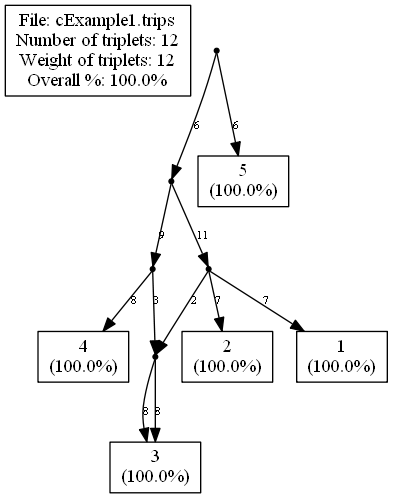
This is ParsingTxt/cExample1.png from iharnoor/PhylogeneticsWebsite, a Graphviz export, as it was before one commit. Its source is kept beside it as ParsingTxt/cExample1.dot. The source it was exported from:
```dot
strict digraph G1 {
edge [fontsize=8]
labelbox [shape=box, width=0.4, label="File: cExample1.trips\nNumber of triplets: 12\nWeight of triplets: 12\nOverall %: 100.0%"];
1000 [shape=point];
1001 [shape=point];
1002 [shape=point];
1003 [shape=point];
3 [shape=box, width=0.3, label="3\n(100.0%)"];
4 [shape=box, width=0.3, label="4\n(100.0%)"];
1006 [shape=point];
1007 [shape=point];
1 [shape=box, width=0.3, label="1\n(100.0%)"];
2 [shape=box, width=0.3, label="2\n(100.0%)"];
5 [shape=box, width=0.3, label="5\n(100.0%)"];
1000 -> 1001
1000 -> 5
1001 -> 1002
1001 -> 1006
1002 -> 1003
1002 -> 4
1003 -> 3
1006 -> 1007
1006 -> 1003
1007 -> 1
1007 -> 2
1003 -> 3
}
```
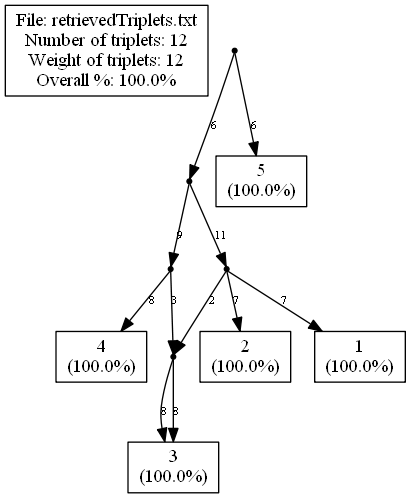
After the commit.

Diff of the diagram source:
```diff
@@ -1,6 +1,6 @@
 strict digraph G1 {
 edge [fontsize=8]
-labelbox [shape=box, width=0.4, label="File: cExample1.trips\nNumber of triplets: 12\nWeight of triplets: 12\nOverall %: 100.0%"];
+labelbox [shape=box, width=0.4, label="File: retrievedTriplets.txt\nNumber of triplets: 12\nWeight of triplets: 12\nOverall %: 100.0%"];
 1000 [shape=point];
 1001 [shape=point];
 1002 [shape=point];
@@ -8,20 +8,18 @@
 3 [shape=box, width=0.3, label="3\n(100.0%)"];
 4 [shape=box, width=0.3, label="4\n(100.0%)"];
 1006 [shape=point];
-1007 [shape=point];
 1 [shape=box, width=0.3, label="1\n(100.0%)"];
 2 [shape=box, width=0.3, label="2\n(100.0%)"];
 5 [shape=box, width=0.3, label="5\n(100.0%)"];
-1000 -> 1001
-1000 -> 5
-1001 -> 1002
-1001 -> 1006
-1002 -> 1003
-1002 -> 4
-1003 -> 3
-1006 -> 1007
-1006 -> 1003
-1007 -> 1
-1007 -> 2
-1003 -> 3
+1000 -> 1001 [label="6"]
+1000 -> 5 [label="6"]
+1001 -> 1002 [label="9"]
+1001 -> 1006 [label="11"]
+1002 -> 1003 [label="3"]
+1002 -> 4 [label="8"]
+1003 -> 3 [label="8"]
+1006 -> 1003 [label="2"]
+1006 -> 1 [label="7"]
+1006 -> 2 [label="7"]
+1003 -> 3 [label="8"]
 }
```
